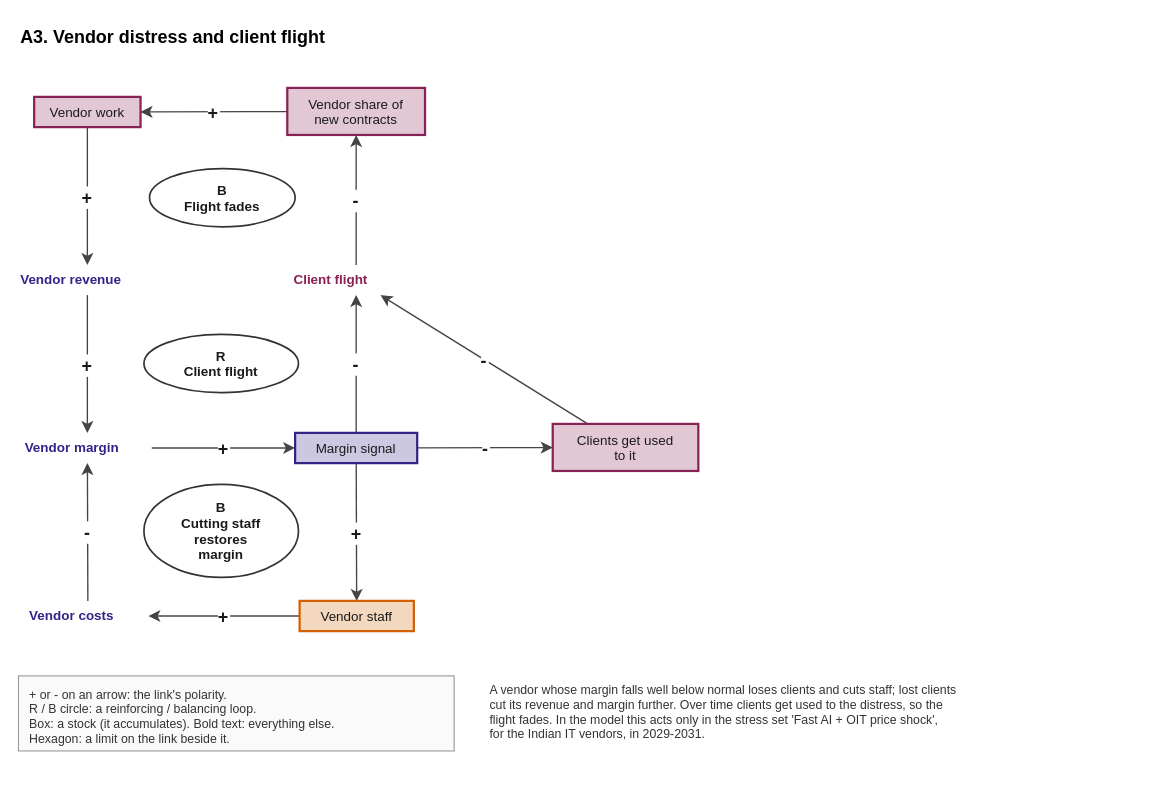
Earlier version of the draw.io diagram docs/model/diagrams/article-a3.drawio (stravoris-tech/ai-it-labour-sim). Source tidied: cells renumbered, new cells numbered last; positions are measured from the earlier drawing's top-left corner, leaving out a move shared by most shapes. Both pictures are drawn from the tidied source at 112%, with x=0, y=0 at pixel (18, 18).
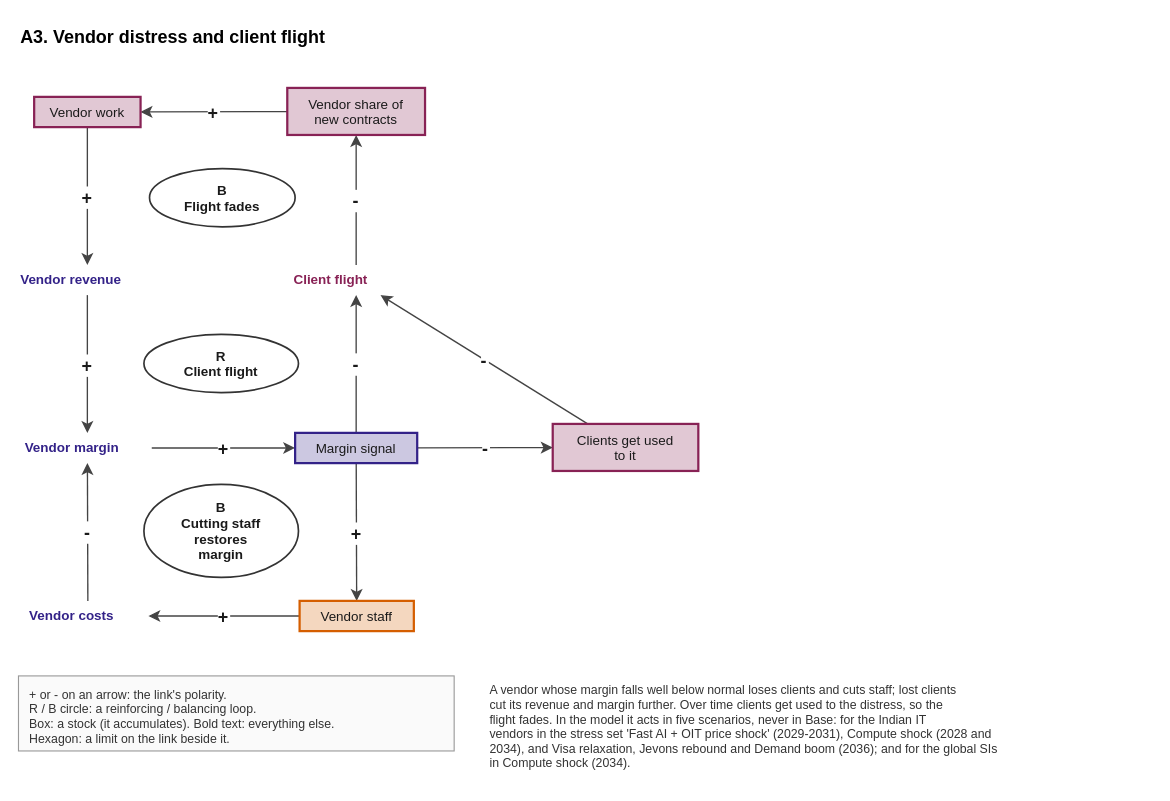
Above is the later version.

Commit message (it also covers changes not shown here):
docs: name every scenario where A3's client flight acts

Diff of the diagram source:
```diff
@@
-    <mxCell id="27" value="A vendor whose margin falls well below normal loses clients and cuts staff; lost clients&#10;cut its revenue and margin further. Over time clients get used to the distress, so the&#10;flight fades. In the model this acts only in the stress set 'Fast AI + OIT price shock',&#10;for the Indian IT vendors, in 2029-2031." style="html=0;fontFamily=Helvetica;fontSize=12;text;align=left;verticalAlign=top;fontSize=11;strokeColor=none;fillColor=none;fontColor=#333333;" parent="1" vertex="1">
-      <mxGeometry x="419" y="587" width="580" height="67" as="geometry" />
+    <mxCell id="27" value="A vendor whose margin falls well below normal loses clients and cuts staff; lost clients&#10;cut its revenue and margin further. Over time clients get used to the distress, so the&#10;flight fades. In the model it acts in five scenarios, never in Base: for the Indian IT&#10;vendors in the stress set 'Fast AI + OIT price shock' (2029-2031), Compute shock (2028 and&#10;2034), and Visa relaxation, Jevons rebound and Demand boom (2036); and for the global SIs&#10;in Compute shock (2034)." style="html=0;fontFamily=Helvetica;fontSize=12;text;align=left;verticalAlign=top;fontSize=11;strokeColor=none;fillColor=none;fontColor=#333333;" parent="1" vertex="1">
+      <mxGeometry x="419" y="587" width="593" height="95" as="geometry" />
     </mxCell>
```
